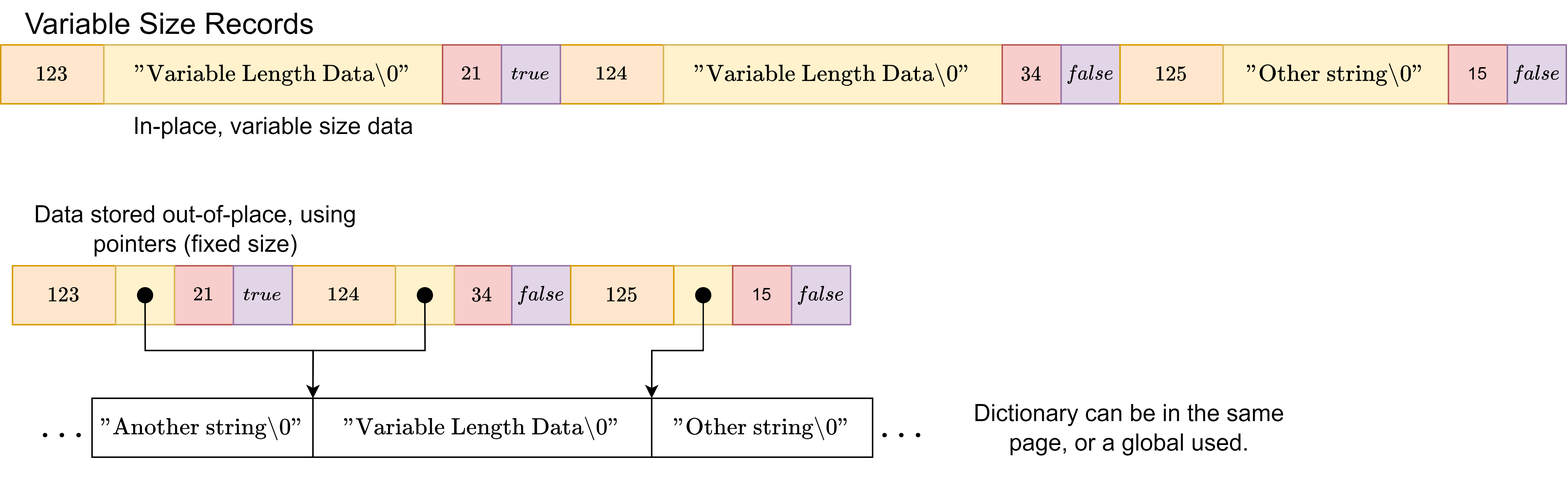
Earlier version of the draw.io export 60029 - Data Processing Systems/storage/images/dictionary_layout.drawio.png (OliverKillane/Imperial-Computing-Notes). Source tidied: cells renumbered, new cells last; positions are measured from the earlier drawing's top-left corner, leaving out a move shared by most shapes. Its diagram source:
```xml
<mxGraphModel math="1">
  <root>
    <mxCell id="0" />
    <mxCell id="1" parent="0" />
    <mxCell id="2" value="$$124$$" style="rounded=0;whiteSpace=wrap;html=1;fillColor=#ffe6cc;strokeColor=#d79b00;" parent="1" vertex="1">
      <mxGeometry x="380" y="30" width="70" height="40" as="geometry" />
    </mxCell>
    <mxCell id="3" value="$$\text{&quot;Variable Length Data\\0&quot;}$$" style="rounded=0;whiteSpace=wrap;html=1;fontSize=14;fillColor=#fff2cc;strokeColor=#d6b656;" parent="1" vertex="1">
      <mxGeometry x="450" y="30" width="230" height="40" as="geometry" />
    </mxCell>
    <mxCell id="4" value="$$34$$" style="rounded=0;whiteSpace=wrap;html=1;fillColor=#f8cecc;strokeColor=#b85450;" parent="1" vertex="1">
      <mxGeometry x="680" y="30" width="40" height="40" as="geometry" />
    </mxCell>
    <mxCell id="5" value="$$false$$" style="rounded=0;whiteSpace=wrap;html=1;fillColor=#e1d5e7;strokeColor=#9673a6;" parent="1" vertex="1">
      <mxGeometry x="720" y="30" width="40" height="40" as="geometry" />
    </mxCell>
    <mxCell id="6" value="$$123$$" style="rounded=0;whiteSpace=wrap;html=1;fillColor=#ffe6cc;strokeColor=#d79b00;" parent="1" vertex="1">
      <mxGeometry y="30" width="70" height="40" as="geometry" />
    </mxCell>
    <mxCell id="7" value="$$\text{&quot;Variable Length Data\\0&quot;}$$" style="rounded=0;whiteSpace=wrap;html=1;fontSize=14;fillColor=#fff2cc;strokeColor=#d6b656;" parent="1" vertex="1">
      <mxGeometry x="70" y="30" width="230" height="40" as="geometry" />
    </mxCell>
    <mxCell id="8" value="$$21$$" style="rounded=0;whiteSpace=wrap;html=1;fillColor=#f8cecc;strokeColor=#b85450;" parent="1" vertex="1">
      <mxGeometry x="300" y="30" width="40" height="40" as="geometry" />
    </mxCell>
    <mxCell id="9" value="$$true$$" style="rounded=0;whiteSpace=wrap;html=1;fillColor=#e1d5e7;strokeColor=#9673a6;" parent="1" vertex="1">
      <mxGeometry x="340" y="30" width="40" height="40" as="geometry" />
    </mxCell>
    <mxCell id="10" value="$$124$$" style="rounded=0;whiteSpace=wrap;html=1;fillColor=#ffe6cc;strokeColor=#d79b00;" parent="1" vertex="1">
      <mxGeometry x="198" y="180" width="70" height="40" as="geometry" />
    </mxCell>
    <mxCell id="11" value="$$34$$" style="rounded=0;whiteSpace=wrap;html=1;fillColor=#f8cecc;strokeColor=#b85450;" parent="1" vertex="1">
      <mxGeometry x="307" y="180" width="40" height="40" as="geometry" />
    </mxCell>
    <mxCell id="12" value="$$false$$" style="rounded=0;whiteSpace=wrap;html=1;fillColor=#e1d5e7;strokeColor=#9673a6;" parent="1" vertex="1">
      <mxGeometry x="347" y="180" width="40" height="40" as="geometry" />
    </mxCell>
    <mxCell id="13" value="$$123$$" style="rounded=0;whiteSpace=wrap;html=1;fillColor=#ffe6cc;strokeColor=#d79b00;" parent="1" vertex="1">
      <mxGeometry x="8" y="180" width="70" height="40" as="geometry" />
    </mxCell>
    <mxCell id="14" value="$$\text{&quot;Variable Length Data\\0&quot;}$$" style="rounded=0;whiteSpace=wrap;html=1;fontSize=14;" parent="1" vertex="1">
      <mxGeometry x="212" y="270" width="230" height="40" as="geometry" />
    </mxCell>
    <mxCell id="15" value="$$21$$" style="rounded=0;whiteSpace=wrap;html=1;fillColor=#f8cecc;strokeColor=#b85450;" parent="1" vertex="1">
      <mxGeometry x="118" y="180" width="40" height="40" as="geometry" />
    </mxCell>
    <mxCell id="16" value="$$true$$" style="rounded=0;whiteSpace=wrap;html=1;fillColor=#e1d5e7;strokeColor=#9673a6;" parent="1" vertex="1">
      <mxGeometry x="158" y="180" width="40" height="40" as="geometry" />
    </mxCell>
    <mxCell id="17" style="rounded=0;whiteSpace=wrap;html=1;fontSize=14;fillColor=#fff2cc;strokeColor=#d6b656;" parent="1" vertex="1">
      <mxGeometry x="78" y="180" width="40" height="40" as="geometry" />
    </mxCell>
    <mxCell id="18" style="rounded=0;whiteSpace=wrap;html=1;fontSize=14;fillColor=#fff2cc;strokeColor=#d6b656;" parent="1" vertex="1">
      <mxGeometry x="268" y="180" width="40" height="40" as="geometry" />
    </mxCell>
    <mxCell id="19" style="edgeStyle=orthogonalEdgeStyle;rounded=0;jettySize=auto;html=1;exitX=0.5;exitY=1;exitDx=0;exitDy=0;entryX=0;entryY=0;entryDx=0;entryDy=0;fontSize=14;" parent="1" edge="1" source="20" target="14">
      <mxGeometry relative="1" as="geometry" />
    </mxCell>
    <mxCell id="20" style="ellipse;whiteSpace=wrap;html=1;fontSize=14;fillColor=#000000;" parent="1" vertex="1">
      <mxGeometry x="93" y="195" width="10" height="10" as="geometry" />
    </mxCell>
    <mxCell id="21" style="edgeStyle=orthogonalEdgeStyle;rounded=0;jettySize=auto;html=1;exitX=0.5;exitY=1;exitDx=0;exitDy=0;entryX=0;entryY=0;entryDx=0;entryDy=0;fontSize=14;" parent="1" edge="1" source="22" target="14">
      <mxGeometry relative="1" as="geometry" />
    </mxCell>
    <mxCell id="22" style="ellipse;whiteSpace=wrap;html=1;fontSize=14;fillColor=#000000;" parent="1" vertex="1">
      <mxGeometry x="283" y="195" width="10" height="10" as="geometry" />
    </mxCell>
    <mxCell id="23" value="$$\text{&quot;Other string\0&quot;}$$" style="rounded=0;whiteSpace=wrap;html=1;fontSize=14;" parent="1" vertex="1">
      <mxGeometry x="442" y="270" width="150" height="40" as="geometry" />
    </mxCell>
    <mxCell id="24" value="$$\text{&quot;Another string\0&quot;}$$" style="rounded=0;whiteSpace=wrap;html=1;fontSize=14;" parent="1" vertex="1">
      <mxGeometry x="62" y="270" width="150" height="40" as="geometry" />
    </mxCell>
    <mxCell id="25" value="$$\dots$$" style="text;html=1;strokeColor=none;fillColor=none;align=center;verticalAlign=middle;whiteSpace=wrap;rounded=0;fontSize=22;fontStyle=1;" parent="1" vertex="1">
      <mxGeometry x="22" y="275" width="40" height="30" as="geometry" />
    </mxCell>
    <mxCell id="26" value="$$\dots$$" style="text;html=1;strokeColor=none;fillColor=none;align=center;verticalAlign=middle;whiteSpace=wrap;rounded=0;fontSize=22;fontStyle=1;" parent="1" vertex="1">
      <mxGeometry x="592" y="275" width="40" height="30" as="geometry" />
    </mxCell>
    <mxCell id="27" value="Variable Size Records" style="text;html=1;strokeColor=none;fillColor=none;align=center;verticalAlign=middle;whiteSpace=wrap;rounded=0;fontSize=20;" parent="1" vertex="1">
      <mxGeometry width="230" height="30" as="geometry" />
    </mxCell>
    <mxCell id="28" value="In-place, variable size data" style="text;html=1;strokeColor=none;fillColor=none;align=center;verticalAlign=middle;whiteSpace=wrap;rounded=0;fontSize=16;" parent="1" vertex="1">
      <mxGeometry x="52.5" y="70" width="265" height="30" as="geometry" />
    </mxCell>
    <mxCell id="29" value="Data stored out-of-place, using pointers (fixed size)" style="text;html=1;strokeColor=none;fillColor=none;align=center;verticalAlign=middle;whiteSpace=wrap;rounded=0;fontSize=16;" parent="1" vertex="1">
      <mxGeometry y="140" width="265" height="30" as="geometry" />
    </mxCell>
    <mxCell id="30" value="$$125$$" style="rounded=0;whiteSpace=wrap;html=1;fillColor=#ffe6cc;strokeColor=#d79b00;" parent="1" vertex="1">
      <mxGeometry x="760" y="30" width="70" height="40" as="geometry" />
    </mxCell>
    <mxCell id="31" value="$$\text{&quot;Other string\0&quot;}$$" style="rounded=0;whiteSpace=wrap;html=1;fontSize=14;fillColor=#fff2cc;strokeColor=#d6b656;" parent="1" vertex="1">
      <mxGeometry x="830" y="30" width="153" height="40" as="geometry" />
    </mxCell>
    <mxCell id="32" value="15" style="rounded=0;whiteSpace=wrap;html=1;fillColor=#f8cecc;strokeColor=#b85450;" parent="1" vertex="1">
      <mxGeometry x="983" y="30" width="40" height="40" as="geometry" />
    </mxCell>
    <mxCell id="33" value="$$false$$" style="rounded=0;whiteSpace=wrap;html=1;fillColor=#e1d5e7;strokeColor=#9673a6;" parent="1" vertex="1">
      <mxGeometry x="1023" y="30" width="40" height="40" as="geometry" />
    </mxCell>
    <mxCell id="34" style="rounded=0;whiteSpace=wrap;html=1;fontSize=14;fillColor=#fff2cc;strokeColor=#d6b656;" parent="1" vertex="1">
      <mxGeometry x="457" y="180" width="40" height="40" as="geometry" />
    </mxCell>
    <mxCell id="35" style="edgeStyle=orthogonalEdgeStyle;rounded=0;jettySize=auto;html=1;exitX=0.5;exitY=1;exitDx=0;exitDy=0;entryX=0;entryY=0;entryDx=0;entryDy=0;fontSize=16;" parent="1" edge="1" source="36" target="23">
      <mxGeometry relative="1" as="geometry" />
    </mxCell>
    <mxCell id="36" style="ellipse;whiteSpace=wrap;html=1;fontSize=14;fillColor=#000000;" parent="1" vertex="1">
      <mxGeometry x="472" y="195" width="10" height="10" as="geometry" />
    </mxCell>
    <mxCell id="37" value="$$125$$" style="rounded=0;whiteSpace=wrap;html=1;fillColor=#ffe6cc;strokeColor=#d79b00;" parent="1" vertex="1">
      <mxGeometry x="387" y="180" width="70" height="40" as="geometry" />
    </mxCell>
    <mxCell id="38" value="15" style="rounded=0;whiteSpace=wrap;html=1;fillColor=#f8cecc;strokeColor=#b85450;" parent="1" vertex="1">
      <mxGeometry x="497" y="180" width="40" height="40" as="geometry" />
    </mxCell>
    <mxCell id="39" value="$$false$$" style="rounded=0;whiteSpace=wrap;html=1;fillColor=#e1d5e7;strokeColor=#9673a6;" parent="1" vertex="1">
      <mxGeometry x="537" y="180" width="40" height="40" as="geometry" />
    </mxCell>
    <mxCell id="40" value="Dictionary can be in the same page, or a global used." style="text;html=1;strokeColor=none;fillColor=none;align=center;verticalAlign=middle;whiteSpace=wrap;rounded=0;fontSize=16;" parent="1" vertex="1">
      <mxGeometry x="645" y="275" width="243" height="30" as="geometry" />
    </mxCell>
  </root>
</mxGraphModel>
```
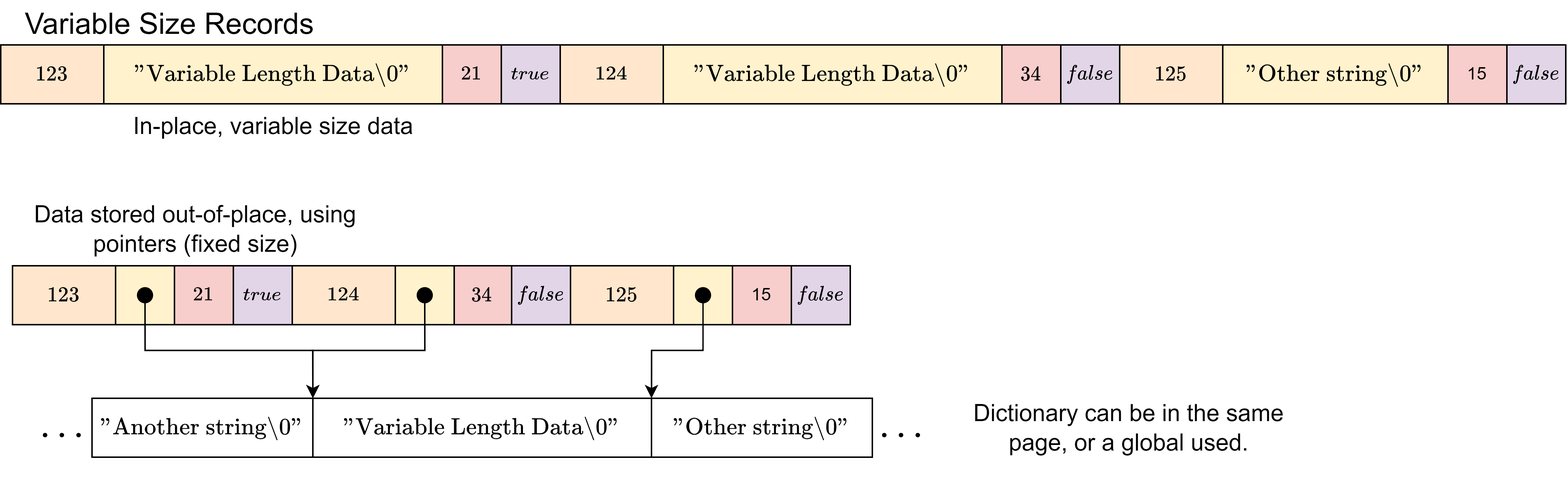
The same file after the commit.

Diff of the diagram source:
```diff
@@ -2,67 +2,67 @@
   <root>
     <mxCell id="0" />
     <mxCell id="1" parent="0" />
-    <mxCell id="2" value="$$124$$" style="rounded=0;whiteSpace=wrap;html=1;fillColor=#ffe6cc;strokeColor=#d79b00;" parent="1" vertex="1">
+    <mxCell id="2" value="$$124$$" style="rounded=0;whiteSpace=wrap;html=1;fillColor=#ffe6cc;strokeColor=#000000;" parent="1" vertex="1">
       <mxGeometry x="380" y="30" width="70" height="40" as="geometry" />
     </mxCell>
-    <mxCell id="3" value="$$\text{&quot;Variable Length Data\\0&quot;}$$" style="rounded=0;whiteSpace=wrap;html=1;fontSize=14;fillColor=#fff2cc;strokeColor=#d6b656;" parent="1" vertex="1">
+    <mxCell id="3" value="$$\text{&quot;Variable Length Data\\0&quot;}$$" style="rounded=0;whiteSpace=wrap;html=1;fontSize=14;fillColor=#fff2cc;strokeColor=#000000;" parent="1" vertex="1">
       <mxGeometry x="450" y="30" width="230" height="40" as="geometry" />
     </mxCell>
-    <mxCell id="4" value="$$34$$" style="rounded=0;whiteSpace=wrap;html=1;fillColor=#f8cecc;strokeColor=#b85450;" parent="1" vertex="1">
+    <mxCell id="4" value="$$34$$" style="rounded=0;whiteSpace=wrap;html=1;fillColor=#f8cecc;strokeColor=#000000;" parent="1" vertex="1">
       <mxGeometry x="680" y="30" width="40" height="40" as="geometry" />
     </mxCell>
-    <mxCell id="5" value="$$false$$" style="rounded=0;whiteSpace=wrap;html=1;fillColor=#e1d5e7;strokeColor=#9673a6;" parent="1" vertex="1">
+    <mxCell id="5" value="$$false$$" style="rounded=0;whiteSpace=wrap;html=1;fillColor=#e1d5e7;strokeColor=#000000;" parent="1" vertex="1">
       <mxGeometry x="720" y="30" width="40" height="40" as="geometry" />
     </mxCell>
-    <mxCell id="6" value="$$123$$" style="rounded=0;whiteSpace=wrap;html=1;fillColor=#ffe6cc;strokeColor=#d79b00;" parent="1" vertex="1">
+    <mxCell id="6" value="$$123$$" style="rounded=0;whiteSpace=wrap;html=1;fillColor=#ffe6cc;strokeColor=#000000;" parent="1" vertex="1">
       <mxGeometry y="30" width="70" height="40" as="geometry" />
     </mxCell>
-    <mxCell id="7" value="$$\text{&quot;Variable Length Data\\0&quot;}$$" style="rounded=0;whiteSpace=wrap;html=1;fontSize=14;fillColor=#fff2cc;strokeColor=#d6b656;" parent="1" vertex="1">
+    <mxCell id="7" value="$$\text{&quot;Variable Length Data\\0&quot;}$$" style="rounded=0;whiteSpace=wrap;html=1;fontSize=14;fillColor=#fff2cc;strokeColor=#000000;" parent="1" vertex="1">
       <mxGeometry x="70" y="30" width="230" height="40" as="geometry" />
     </mxCell>
-    <mxCell id="8" value="$$21$$" style="rounded=0;whiteSpace=wrap;html=1;fillColor=#f8cecc;strokeColor=#b85450;" parent="1" vertex="1">
+    <mxCell id="8" value="$$21$$" style="rounded=0;whiteSpace=wrap;html=1;fillColor=#f8cecc;strokeColor=#000000;" parent="1" vertex="1">
       <mxGeometry x="300" y="30" width="40" height="40" as="geometry" />
     </mxCell>
-    <mxCell id="9" value="$$true$$" style="rounded=0;whiteSpace=wrap;html=1;fillColor=#e1d5e7;strokeColor=#9673a6;" parent="1" vertex="1">
+    <mxCell id="9" value="$$true$$" style="rounded=0;whiteSpace=wrap;html=1;fillColor=#e1d5e7;strokeColor=#000000;" parent="1" vertex="1">
       <mxGeometry x="340" y="30" width="40" height="40" as="geometry" />
     </mxCell>
-    <mxCell id="10" value="$$124$$" style="rounded=0;whiteSpace=wrap;html=1;fillColor=#ffe6cc;strokeColor=#d79b00;" parent="1" vertex="1">
+    <mxCell id="10" value="$$124$$" style="rounded=0;whiteSpace=wrap;html=1;fillColor=#ffe6cc;strokeColor=#000000;" parent="1" vertex="1">
       <mxGeometry x="198" y="180" width="70" height="40" as="geometry" />
     </mxCell>
-    <mxCell id="11" value="$$34$$" style="rounded=0;whiteSpace=wrap;html=1;fillColor=#f8cecc;strokeColor=#b85450;" parent="1" vertex="1">
+    <mxCell id="11" value="$$34$$" style="rounded=0;whiteSpace=wrap;html=1;fillColor=#f8cecc;strokeColor=#000000;" parent="1" vertex="1">
       <mxGeometry x="307" y="180" width="40" height="40" as="geometry" />
     </mxCell>
-    <mxCell id="12" value="$$false$$" style="rounded=0;whiteSpace=wrap;html=1;fillColor=#e1d5e7;strokeColor=#9673a6;" parent="1" vertex="1">
+    <mxCell id="12" value="$$false$$" style="rounded=0;whiteSpace=wrap;html=1;fillColor=#e1d5e7;strokeColor=#000000;" parent="1" vertex="1">
       <mxGeometry x="347" y="180" width="40" height="40" as="geometry" />
     </mxCell>
-    <mxCell id="13" value="$$123$$" style="rounded=0;whiteSpace=wrap;html=1;fillColor=#ffe6cc;strokeColor=#d79b00;" parent="1" vertex="1">
+    <mxCell id="13" value="$$123$$" style="rounded=0;whiteSpace=wrap;html=1;fillColor=#ffe6cc;strokeColor=#000000;" parent="1" vertex="1">
       <mxGeometry x="8" y="180" width="70" height="40" as="geometry" />
     </mxCell>
     <mxCell id="14" value="$$\text{&quot;Variable Length Data\\0&quot;}$$" style="rounded=0;whiteSpace=wrap;html=1;fontSize=14;" parent="1" vertex="1">
       <mxGeometry x="212" y="270" width="230" height="40" as="geometry" />
     </mxCell>
-    <mxCell id="15" value="$$21$$" style="rounded=0;whiteSpace=wrap;html=1;fillColor=#f8cecc;strokeColor=#b85450;" parent="1" vertex="1">
+    <mxCell id="15" value="$$21$$" style="rounded=0;whiteSpace=wrap;html=1;fillColor=#f8cecc;strokeColor=#000000;" parent="1" vertex="1">
       <mxGeometry x="118" y="180" width="40" height="40" as="geometry" />
     </mxCell>
-    <mxCell id="16" value="$$true$$" style="rounded=0;whiteSpace=wrap;html=1;fillColor=#e1d5e7;strokeColor=#9673a6;" parent="1" vertex="1">
+    <mxCell id="16" value="$$true$$" style="rounded=0;whiteSpace=wrap;html=1;fillColor=#e1d5e7;strokeColor=#000000;" parent="1" vertex="1">
       <mxGeometry x="158" y="180" width="40" height="40" as="geometry" />
     </mxCell>
-    <mxCell id="17" style="rounded=0;whiteSpace=wrap;html=1;fontSize=14;fillColor=#fff2cc;strokeColor=#d6b656;" parent="1" vertex="1">
+    <mxCell id="17" style="rounded=0;whiteSpace=wrap;html=1;fontSize=14;fillColor=#fff2cc;strokeColor=#000000;" parent="1" vertex="1">
       <mxGeometry x="78" y="180" width="40" height="40" as="geometry" />
     </mxCell>
-    <mxCell id="18" style="rounded=0;whiteSpace=wrap;html=1;fontSize=14;fillColor=#fff2cc;strokeColor=#d6b656;" parent="1" vertex="1">
+    <mxCell id="18" style="rounded=0;whiteSpace=wrap;html=1;fontSize=14;fillColor=#fff2cc;strokeColor=#000000;" parent="1" vertex="1">
       <mxGeometry x="268" y="180" width="40" height="40" as="geometry" />
     </mxCell>
     <mxCell id="19" style="edgeStyle=orthogonalEdgeStyle;rounded=0;jettySize=auto;html=1;exitX=0.5;exitY=1;exitDx=0;exitDy=0;entryX=0;entryY=0;entryDx=0;entryDy=0;fontSize=14;" parent="1" edge="1" source="20" target="14">
       <mxGeometry relative="1" as="geometry" />
     </mxCell>
-    <mxCell id="20" style="ellipse;whiteSpace=wrap;html=1;fontSize=14;fillColor=#000000;" parent="1" vertex="1">
+    <mxCell id="20" style="ellipse;whiteSpace=wrap;html=1;fontSize=14;fillColor=#000000;strokeColor=#000000;" parent="1" vertex="1">
       <mxGeometry x="93" y="195" width="10" height="10" as="geometry" />
     </mxCell>
     <mxCell id="21" style="edgeStyle=orthogonalEdgeStyle;rounded=0;jettySize=auto;html=1;exitX=0.5;exitY=1;exitDx=0;exitDy=0;entryX=0;entryY=0;entryDx=0;entryDy=0;fontSize=14;" parent="1" edge="1" source="22" target="14">
       <mxGeometry relative="1" as="geometry" />
     </mxCell>
-    <mxCell id="22" style="ellipse;whiteSpace=wrap;html=1;fontSize=14;fillColor=#000000;" parent="1" vertex="1">
+    <mxCell id="22" style="ellipse;whiteSpace=wrap;html=1;fontSize=14;fillColor=#000000;strokeColor=#000000;" parent="1" vertex="1">
       <mxGeometry x="283" y="195" width="10" height="10" as="geometry" />
     </mxCell>
     <mxCell id="23" value="$$\text{&quot;Other string\0&quot;}$$" style="rounded=0;whiteSpace=wrap;html=1;fontSize=14;" parent="1" vertex="1">
@@ -86,34 +86,34 @@
     <mxCell id="29" value="Data stored out-of-place, using pointers (fixed size)" style="text;html=1;strokeColor=none;fillColor=none;align=center;verticalAlign=middle;whiteSpace=wrap;rounded=0;fontSize=16;" parent="1" vertex="1">
       <mxGeometry y="140" width="265" height="30" as="geometry" />
     </mxCell>
-    <mxCell id="30" value="$$125$$" style="rounded=0;whiteSpace=wrap;html=1;fillColor=#ffe6cc;strokeColor=#d79b00;" parent="1" vertex="1">
+    <mxCell id="30" value="$$125$$" style="rounded=0;whiteSpace=wrap;html=1;fillColor=#ffe6cc;strokeColor=#000000;" parent="1" vertex="1">
       <mxGeometry x="760" y="30" width="70" height="40" as="geometry" />
     </mxCell>
-    <mxCell id="31" value="$$\text{&quot;Other string\0&quot;}$$" style="rounded=0;whiteSpace=wrap;html=1;fontSize=14;fillColor=#fff2cc;strokeColor=#d6b656;" parent="1" vertex="1">
+    <mxCell id="31" value="$$\text{&quot;Other string\0&quot;}$$" style="rounded=0;whiteSpace=wrap;html=1;fontSize=14;fillColor=#fff2cc;strokeColor=#000000;" parent="1" vertex="1">
       <mxGeometry x="830" y="30" width="153" height="40" as="geometry" />
     </mxCell>
-    <mxCell id="32" value="15" style="rounded=0;whiteSpace=wrap;html=1;fillColor=#f8cecc;strokeColor=#b85450;" parent="1" vertex="1">
+    <mxCell id="32" value="15" style="rounded=0;whiteSpace=wrap;html=1;fillColor=#f8cecc;strokeColor=#000000;" parent="1" vertex="1">
       <mxGeometry x="983" y="30" width="40" height="40" as="geometry" />
     </mxCell>
-    <mxCell id="33" value="$$false$$" style="rounded=0;whiteSpace=wrap;html=1;fillColor=#e1d5e7;strokeColor=#9673a6;" parent="1" vertex="1">
+    <mxCell id="33" value="$$false$$" style="rounded=0;whiteSpace=wrap;html=1;fillColor=#e1d5e7;strokeColor=#000000;" parent="1" vertex="1">
       <mxGeometry x="1023" y="30" width="40" height="40" as="geometry" />
     </mxCell>
-    <mxCell id="34" style="rounded=0;whiteSpace=wrap;html=1;fontSize=14;fillColor=#fff2cc;strokeColor=#d6b656;" parent="1" vertex="1">
+    <mxCell id="34" style="rounded=0;whiteSpace=wrap;html=1;fontSize=14;fillColor=#fff2cc;strokeColor=#000000;" parent="1" vertex="1">
       <mxGeometry x="457" y="180" width="40" height="40" as="geometry" />
     </mxCell>
     <mxCell id="35" style="edgeStyle=orthogonalEdgeStyle;rounded=0;jettySize=auto;html=1;exitX=0.5;exitY=1;exitDx=0;exitDy=0;entryX=0;entryY=0;entryDx=0;entryDy=0;fontSize=16;" parent="1" edge="1" source="36" target="23">
       <mxGeometry relative="1" as="geometry" />
     </mxCell>
-    <mxCell id="36" style="ellipse;whiteSpace=wrap;html=1;fontSize=14;fillColor=#000000;" parent="1" vertex="1">
+    <mxCell id="36" style="ellipse;whiteSpace=wrap;html=1;fontSize=14;fillColor=#000000;strokeColor=#000000;" parent="1" vertex="1">
       <mxGeometry x="472" y="195" width="10" height="10" as="geometry" />
     </mxCell>
-    <mxCell id="37" value="$$125$$" style="rounded=0;whiteSpace=wrap;html=1;fillColor=#ffe6cc;strokeColor=#d79b00;" parent="1" vertex="1">
+    <mxCell id="37" value="$$125$$" style="rounded=0;whiteSpace=wrap;html=1;fillColor=#ffe6cc;strokeColor=#000000;" parent="1" vertex="1">
       <mxGeometry x="387" y="180" width="70" height="40" as="geometry" />
     </mxCell>
-    <mxCell id="38" value="15" style="rounded=0;whiteSpace=wrap;html=1;fillColor=#f8cecc;strokeColor=#b85450;" parent="1" vertex="1">
+    <mxCell id="38" value="15" style="rounded=0;whiteSpace=wrap;html=1;fillColor=#f8cecc;strokeColor=#000000;" parent="1" vertex="1">
       <mxGeometry x="497" y="180" width="40" height="40" as="geometry" />
     </mxCell>
-    <mxCell id="39" value="$$false$$" style="rounded=0;whiteSpace=wrap;html=1;fillColor=#e1d5e7;strokeColor=#9673a6;" parent="1" vertex="1">
+    <mxCell id="39" value="$$false$$" style="rounded=0;whiteSpace=wrap;html=1;fillColor=#e1d5e7;strokeColor=#000000;" parent="1" vertex="1">
       <mxGeometry x="537" y="180" width="40" height="40" as="geometry" />
     </mxCell>
     <mxCell id="40" value="Dictionary can be in the same page, or a global used." style="text;html=1;strokeColor=none;fillColor=none;align=center;verticalAlign=middle;whiteSpace=wrap;rounded=0;fontSize=16;" parent="1" vertex="1">
```
